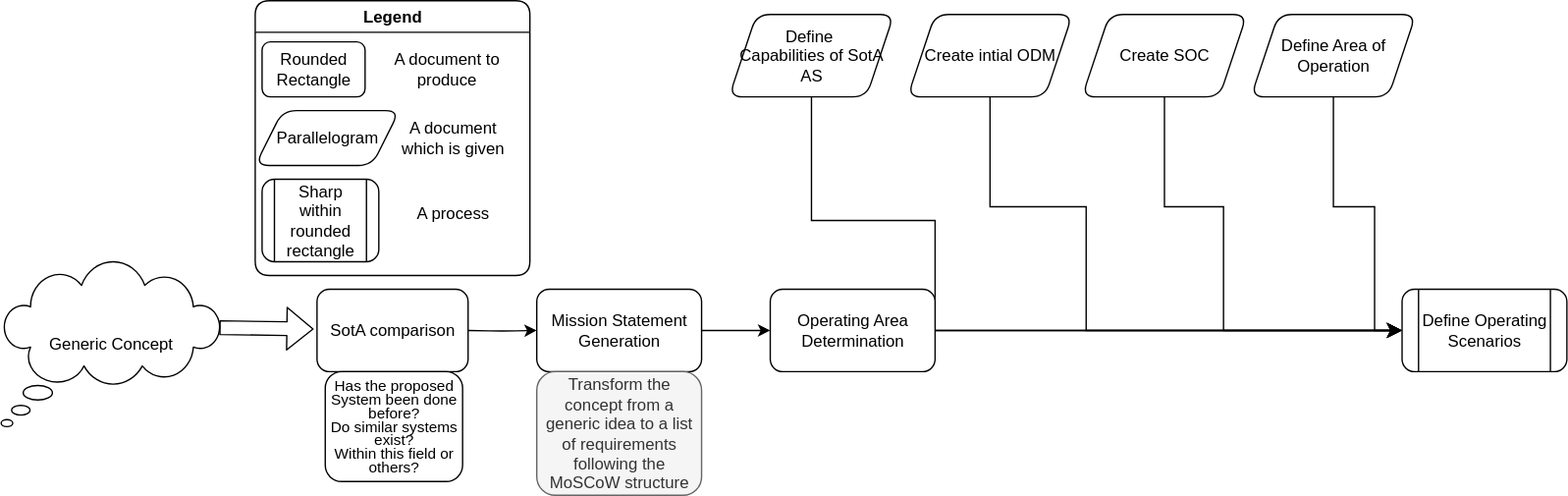
The draw.io diagram src/assets/diagrams/Step-1.svg in TortoiseFather/sacred-site, before a commit. Source tidied: cells renumbered, new cells last; positions are measured from the earlier drawing's top-left corner, leaving out a move shared by most shapes. Source of this version:
```xml
<mxGraphModel>
  <root>
    <mxCell id="0" />
    <mxCell id="1" parent="0" />
    <mxCell id="2" value="Generic Concept" style="whiteSpace=wrap;html=1;shape=mxgraph.basic.cloud_callout;rounded=1;" parent="1" vertex="1">
      <mxGeometry y="190" width="160" height="120" as="geometry" />
    </mxCell>
    <mxCell id="3" style="shape=flexArrow;endArrow=classic;html=1;rounded=1;exitX=0.993;exitY=0.4;exitDx=0;exitDy=0;exitPerimeter=0;entryX=-0.022;entryY=0.483;entryDx=0;entryDy=0;entryPerimeter=0;" parent="1" edge="1" source="2" target="10">
      <mxGeometry relative="1" as="geometry" />
    </mxCell>
    <mxCell id="4" style="edgeStyle=orthogonalEdgeStyle;rounded=1;jettySize=auto;html=1;" parent="1" edge="1" target="6">
      <mxGeometry relative="1" as="geometry">
        <mxPoint x="340" y="240" as="sourcePoint" />
      </mxGeometry>
    </mxCell>
    <mxCell id="5" style="edgeStyle=orthogonalEdgeStyle;rounded=1;jettySize=auto;html=1;" parent="1" edge="1" source="6">
      <mxGeometry relative="1" as="geometry">
        <mxPoint x="560" y="240" as="targetPoint" />
      </mxGeometry>
    </mxCell>
    <mxCell id="6" value="Mission Statement Generation" style="whiteSpace=wrap;html=1;rounded=1;" parent="1" vertex="1">
      <mxGeometry x="390" y="210" width="120" height="60" as="geometry" />
    </mxCell>
    <mxCell id="7" value="Transform the concept from a generic idea to a list of requirements following the MoSCoW structure" style="text;html=1;strokeColor=#666666;fillColor=#f5f5f5;align=center;verticalAlign=middle;whiteSpace=wrap;rounded=1;fontColor=#333333;" parent="1" vertex="1">
      <mxGeometry x="390" y="270" width="120" height="90" as="geometry" />
    </mxCell>
    <mxCell id="8" style="edgeStyle=none;curved=0;rounded=0;jettySize=auto;html=1;entryX=0;entryY=0.5;entryDx=0;entryDy=0;fontSize=12;startSize=8;endSize=8;" parent="1" edge="1" source="9" target="16">
      <mxGeometry relative="1" as="geometry">
        <Array as="points">
          <mxPoint x="590" y="160" />
          <mxPoint x="680" y="160" />
          <mxPoint x="680" y="240" />
        </Array>
      </mxGeometry>
    </mxCell>
    <mxCell id="9" value="&lt;div&gt;Define&amp;nbsp;&lt;/div&gt;&lt;div&gt;Capabilities of SotA AS&lt;/div&gt;" style="shape=parallelogram;perimeter=parallelogramPerimeter;whiteSpace=wrap;html=1;fixedSize=1;rounded=1;" parent="1" vertex="1">
      <mxGeometry x="530" y="10" width="120" height="60" as="geometry" />
    </mxCell>
    <mxCell id="10" value="SotA comparison" style="rounded=1;whiteSpace=wrap;html=1;" parent="1" vertex="1">
      <mxGeometry x="230" y="210" width="110" height="60" as="geometry" />
    </mxCell>
    <mxCell id="11" value="&lt;div style=&quot;font-size: 11px; line-height: 90%;&quot;&gt;&lt;font style=&quot;font-size: 11px;&quot;&gt;Has the proposed System been done before?&lt;/font&gt;&lt;/div&gt;&lt;div style=&quot;font-size: 11px; line-height: 90%;&quot;&gt;&lt;font style=&quot;font-size: 11px;&quot;&gt;Do similar systems exist?&lt;/font&gt;&lt;/div&gt;&lt;div style=&quot;font-size: 11px; line-height: 90%;&quot;&gt;&lt;font style=&quot;font-size: 11px;&quot;&gt;Within this field or others?&lt;br&gt;&lt;/font&gt;&lt;/div&gt;" style="rounded=1;whiteSpace=wrap;html=1;" parent="1" vertex="1">
      <mxGeometry x="236" y="270" width="100" height="80" as="geometry" />
    </mxCell>
    <mxCell id="12" style="edgeStyle=none;curved=1;rounded=1;jettySize=auto;html=1;entryX=0;entryY=0.5;entryDx=0;entryDy=0;fontSize=12;startSize=8;endSize=8;" parent="1" edge="1" source="13" target="16">
      <mxGeometry relative="1" as="geometry" />
    </mxCell>
    <mxCell id="13" value="Operating Area Determination" style="rounded=1;whiteSpace=wrap;html=1;" parent="1" vertex="1">
      <mxGeometry x="560" y="210" width="120" height="60" as="geometry" />
    </mxCell>
    <mxCell id="14" style="edgeStyle=none;curved=0;rounded=0;jettySize=auto;html=1;entryX=0;entryY=0.5;entryDx=0;entryDy=0;fontSize=12;startSize=8;endSize=8;" parent="1" edge="1" source="15" target="16">
      <mxGeometry relative="1" as="geometry">
        <Array as="points">
          <mxPoint x="970" y="150" />
          <mxPoint x="1000" y="150" />
          <mxPoint x="1000" y="240" />
        </Array>
      </mxGeometry>
    </mxCell>
    <mxCell id="15" value="Define Area of Operation" style="shape=parallelogram;perimeter=parallelogramPerimeter;whiteSpace=wrap;html=1;fixedSize=1;rounded=1;" parent="1" vertex="1">
      <mxGeometry x="910" y="10" width="120" height="60" as="geometry" />
    </mxCell>
    <mxCell id="16" value="Define Operating Scenarios" style="shape=process;whiteSpace=wrap;html=1;backgroundOutline=1;rounded=1;" parent="1" vertex="1">
      <mxGeometry x="1020" y="210" width="120" height="60" as="geometry" />
    </mxCell>
    <mxCell id="17" value="Create intial ODM" style="shape=parallelogram;perimeter=parallelogramPerimeter;whiteSpace=wrap;html=1;fixedSize=1;rounded=1;" parent="1" vertex="1">
      <mxGeometry x="660" y="10" width="120" height="60" as="geometry" />
    </mxCell>
    <mxCell id="18" style="edgeStyle=none;curved=0;rounded=0;jettySize=auto;html=1;exitX=0.5;exitY=1;exitDx=0;exitDy=0;entryX=0;entryY=0.5;entryDx=0;entryDy=0;fontSize=12;startSize=8;endSize=8;" parent="1" edge="1" source="19" target="16">
      <mxGeometry relative="1" as="geometry">
        <Array as="points">
          <mxPoint x="847" y="150" />
          <mxPoint x="890" y="150" />
          <mxPoint x="890" y="240" />
        </Array>
      </mxGeometry>
    </mxCell>
    <mxCell id="19" value="Create SOC" style="shape=parallelogram;perimeter=parallelogramPerimeter;whiteSpace=wrap;html=1;fixedSize=1;rounded=1;" parent="1" vertex="1">
      <mxGeometry x="787" y="10" width="120" height="60" as="geometry" />
    </mxCell>
    <mxCell id="20" style="endArrow=classic;html=1;rounded=0;fontSize=12;startSize=8;endSize=8;curved=0;exitX=0.5;exitY=1;exitDx=0;exitDy=0;entryX=0;entryY=0.5;entryDx=0;entryDy=0;" parent="1" edge="1" source="17" target="16">
      <mxGeometry relative="1" as="geometry">
        <Array as="points">
          <mxPoint x="720" y="150" />
          <mxPoint x="790" y="150" />
          <mxPoint x="790" y="240" />
        </Array>
      </mxGeometry>
    </mxCell>
    <mxCell id="21" value="Legend" style="swimlane;whiteSpace=wrap;html=1;rounded=1;" parent="1" vertex="1">
      <mxGeometry x="185" width="200" height="200" as="geometry" />
    </mxCell>
    <mxCell id="22" value="Rounded Rectangle" style="rounded=1;whiteSpace=wrap;html=1;" parent="21" vertex="1">
      <mxGeometry x="5" y="30" width="75" height="40" as="geometry" />
    </mxCell>
    <mxCell id="23" value="A document to produce" style="text;html=1;align=center;verticalAlign=middle;whiteSpace=wrap;rounded=0;" parent="21" vertex="1">
      <mxGeometry x="90" y="35" width="99" height="30" as="geometry" />
    </mxCell>
    <mxCell id="24" value="Parallelogram" style="shape=parallelogram;perimeter=parallelogramPerimeter;whiteSpace=wrap;html=1;fixedSize=1;rounded=1;" parent="21" vertex="1">
      <mxGeometry y="80" width="105" height="40" as="geometry" />
    </mxCell>
    <mxCell id="25" value="A document which is given" style="text;html=1;align=center;verticalAlign=middle;whiteSpace=wrap;rounded=0;" parent="21" vertex="1">
      <mxGeometry x="99" y="85" width="90" height="30" as="geometry" />
    </mxCell>
    <mxCell id="26" value="Sharp within rounded rectangle" style="shape=process;whiteSpace=wrap;html=1;backgroundOutline=1;rounded=1;" parent="21" vertex="1">
      <mxGeometry x="5" y="130" width="85" height="60" as="geometry" />
    </mxCell>
    <mxCell id="27" value="A process" style="text;html=1;align=center;verticalAlign=middle;whiteSpace=wrap;rounded=0;" parent="21" vertex="1">
      <mxGeometry x="114" y="140" width="60" height="30" as="geometry" />
    </mxCell>
  </root>
</mxGraphModel>
```
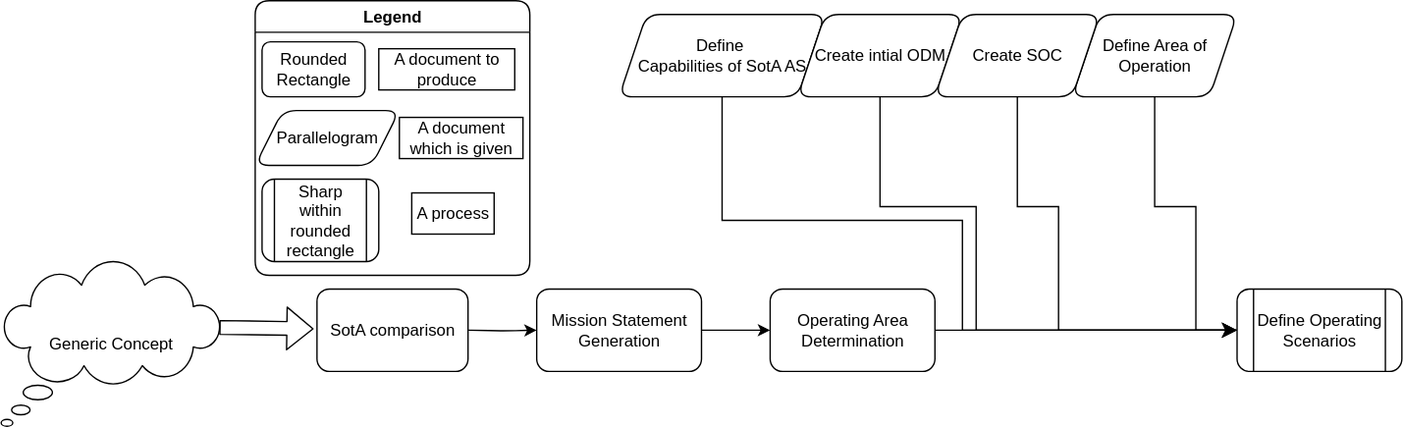
The same file after the commit.

Commit message:
step 1 theoretically

What changed in the source:
```diff
@@ -1,111 +1,107 @@
-<mxGraphModel>
+<mxGraphModel background="#ffffff">
   <root>
     <mxCell id="0" />
     <mxCell id="1" parent="0" />
-    <mxCell id="2" value="Generic Concept" style="whiteSpace=wrap;html=1;shape=mxgraph.basic.cloud_callout;rounded=1;" parent="1" vertex="1">
+    <mxCell id="2" value="Generic Concept" style="whiteSpace=wrap;html=1;shape=mxgraph.basic.cloud_callout;rounded=1;fontColor=#000000;fillColor=#FFFFFF;strokeColor=#000000;" parent="1" vertex="1">
       <mxGeometry y="190" width="160" height="120" as="geometry" />
     </mxCell>
-    <mxCell id="3" style="shape=flexArrow;endArrow=classic;html=1;rounded=1;exitX=0.993;exitY=0.4;exitDx=0;exitDy=0;exitPerimeter=0;entryX=-0.022;entryY=0.483;entryDx=0;entryDy=0;entryPerimeter=0;" parent="1" edge="1" source="2" target="10">
+    <mxCell id="3" style="shape=flexArrow;endArrow=classic;html=1;rounded=1;exitX=0.993;exitY=0.4;exitDx=0;exitDy=0;exitPerimeter=0;entryX=-0.022;entryY=0.483;entryDx=0;entryDy=0;entryPerimeter=0;strokeColor=#000000;" parent="1" edge="1" source="2" target="10">
       <mxGeometry relative="1" as="geometry" />
     </mxCell>
-    <mxCell id="4" style="edgeStyle=orthogonalEdgeStyle;rounded=1;jettySize=auto;html=1;" parent="1" edge="1" target="6">
+    <mxCell id="4" style="edgeStyle=orthogonalEdgeStyle;rounded=1;jettySize=auto;html=1;strokeColor=#000000;" parent="1" edge="1" target="6">
       <mxGeometry relative="1" as="geometry">
         <mxPoint x="340" y="240" as="sourcePoint" />
       </mxGeometry>
     </mxCell>
-    <mxCell id="5" style="edgeStyle=orthogonalEdgeStyle;rounded=1;jettySize=auto;html=1;" parent="1" edge="1" source="6">
+    <mxCell id="5" style="edgeStyle=orthogonalEdgeStyle;rounded=1;jettySize=auto;html=1;strokeColor=#000000;" parent="1" edge="1" source="6">
       <mxGeometry relative="1" as="geometry">
         <mxPoint x="560" y="240" as="targetPoint" />
       </mxGeometry>
     </mxCell>
-    <mxCell id="6" value="Mission Statement Generation" style="whiteSpace=wrap;html=1;rounded=1;" parent="1" vertex="1">
+    <mxCell id="6" value="Mission Statement Generation" style="whiteSpace=wrap;html=1;rounded=1;strokeColor=#000000;fontColor=#000000;fillColor=#FFFFFF;" parent="1" vertex="1">
       <mxGeometry x="390" y="210" width="120" height="60" as="geometry" />
     </mxCell>
-    <mxCell id="7" value="Transform the concept from a generic idea to a list of requirements following the MoSCoW structure" style="text;html=1;strokeColor=#666666;fillColor=#f5f5f5;align=center;verticalAlign=middle;whiteSpace=wrap;rounded=1;fontColor=#333333;" parent="1" vertex="1">
-      <mxGeometry x="390" y="270" width="120" height="90" as="geometry" />
-    </mxCell>
-    <mxCell id="8" style="edgeStyle=none;curved=0;rounded=0;jettySize=auto;html=1;entryX=0;entryY=0.5;entryDx=0;entryDy=0;fontSize=12;startSize=8;endSize=8;" parent="1" edge="1" source="9" target="16">
+    <mxCell id="8" style="edgeStyle=none;curved=0;rounded=0;jettySize=auto;html=1;entryX=0;entryY=0.5;entryDx=0;entryDy=0;fontSize=12;startSize=8;endSize=8;strokeColor=#000000;" parent="1" edge="1" source="9">
       <mxGeometry relative="1" as="geometry">
+        <mxPoint x="960" y="240" as="targetPoint" />
         <Array as="points">
-          <mxPoint x="590" y="160" />
-          <mxPoint x="680" y="160" />
-          <mxPoint x="680" y="240" />
+          <mxPoint x="525" y="160" />
+          <mxPoint x="700" y="160" />
+          <mxPoint x="700" y="240" />
         </Array>
       </mxGeometry>
     </mxCell>
-    <mxCell id="9" value="&lt;div&gt;Define&amp;nbsp;&lt;/div&gt;&lt;div&gt;Capabilities of SotA AS&lt;/div&gt;" style="shape=parallelogram;perimeter=parallelogramPerimeter;whiteSpace=wrap;html=1;fixedSize=1;rounded=1;" parent="1" vertex="1">
-      <mxGeometry x="530" y="10" width="120" height="60" as="geometry" />
+    <mxCell id="9" value="&lt;div&gt;Define&amp;nbsp;&lt;/div&gt;&lt;div&gt;Capabilities of SotA AS&lt;/div&gt;" style="shape=parallelogram;perimeter=parallelogramPerimeter;whiteSpace=wrap;html=1;fixedSize=1;rounded=1;strokeColor=#000000;fontColor=#000000;fillColor=#FFFFFF;" parent="1" vertex="1">
+      <mxGeometry x="450" y="10" width="150" height="60" as="geometry" />
     </mxCell>
-    <mxCell id="10" value="SotA comparison" style="rounded=1;whiteSpace=wrap;html=1;" parent="1" vertex="1">
+    <mxCell id="10" value="SotA comparison" style="rounded=1;whiteSpace=wrap;html=1;strokeColor=#000000;fontColor=#000000;fillColor=#FFFFFF;" parent="1" vertex="1">
       <mxGeometry x="230" y="210" width="110" height="60" as="geometry" />
     </mxCell>
-    <mxCell id="11" value="&lt;div style=&quot;font-size: 11px; line-height: 90%;&quot;&gt;&lt;font style=&quot;font-size: 11px;&quot;&gt;Has the proposed System been done before?&lt;/font&gt;&lt;/div&gt;&lt;div style=&quot;font-size: 11px; line-height: 90%;&quot;&gt;&lt;font style=&quot;font-size: 11px;&quot;&gt;Do similar systems exist?&lt;/font&gt;&lt;/div&gt;&lt;div style=&quot;font-size: 11px; line-height: 90%;&quot;&gt;&lt;font style=&quot;font-size: 11px;&quot;&gt;Within this field or others?&lt;br&gt;&lt;/font&gt;&lt;/div&gt;" style="rounded=1;whiteSpace=wrap;html=1;" parent="1" vertex="1">
-      <mxGeometry x="236" y="270" width="100" height="80" as="geometry" />
-    </mxCell>
-    <mxCell id="12" style="edgeStyle=none;curved=1;rounded=1;jettySize=auto;html=1;entryX=0;entryY=0.5;entryDx=0;entryDy=0;fontSize=12;startSize=8;endSize=8;" parent="1" edge="1" source="13" target="16">
+    <mxCell id="12" style="edgeStyle=none;curved=1;rounded=1;jettySize=auto;html=1;entryX=0;entryY=0.5;entryDx=0;entryDy=0;fontSize=12;startSize=8;endSize=8;strokeColor=#000000;" parent="1" edge="1" source="13" target="16">
       <mxGeometry relative="1" as="geometry" />
     </mxCell>
-    <mxCell id="13" value="Operating Area Determination" style="rounded=1;whiteSpace=wrap;html=1;" parent="1" vertex="1">
+    <mxCell id="13" value="Operating Area Determination" style="rounded=1;whiteSpace=wrap;html=1;strokeColor=#000000;fontColor=#000000;fillColor=#FFFFFF;" parent="1" vertex="1">
       <mxGeometry x="560" y="210" width="120" height="60" as="geometry" />
     </mxCell>
-    <mxCell id="14" style="edgeStyle=none;curved=0;rounded=0;jettySize=auto;html=1;entryX=0;entryY=0.5;entryDx=0;entryDy=0;fontSize=12;startSize=8;endSize=8;" parent="1" edge="1" source="15" target="16">
+    <mxCell id="14" style="edgeStyle=none;curved=0;rounded=0;jettySize=auto;html=1;entryX=0;entryY=0.5;entryDx=0;entryDy=0;fontSize=12;startSize=8;endSize=8;strokeColor=#000000;" parent="1" edge="1" source="15">
       <mxGeometry relative="1" as="geometry">
+        <mxPoint x="930" y="240" as="targetPoint" />
         <Array as="points">
-          <mxPoint x="970" y="150" />
-          <mxPoint x="1000" y="150" />
-          <mxPoint x="1000" y="240" />
+          <mxPoint x="840" y="150" />
+          <mxPoint x="870" y="150" />
+          <mxPoint x="870" y="240" />
         </Array>
       </mxGeometry>
     </mxCell>
-    <mxCell id="15" value="Define Area of Operation" style="shape=parallelogram;perimeter=parallelogramPerimeter;whiteSpace=wrap;html=1;fixedSize=1;rounded=1;" parent="1" vertex="1">
-      <mxGeometry x="910" y="10" width="120" height="60" as="geometry" />
+    <mxCell id="15" value="Define Area of Operation" style="shape=parallelogram;perimeter=parallelogramPerimeter;whiteSpace=wrap;html=1;fixedSize=1;rounded=1;strokeColor=#000000;fontColor=#000000;fillColor=#FFFFFF;" parent="1" vertex="1">
+      <mxGeometry x="780" y="10" width="120" height="60" as="geometry" />
     </mxCell>
-    <mxCell id="16" value="Define Operating Scenarios" style="shape=process;whiteSpace=wrap;html=1;backgroundOutline=1;rounded=1;" parent="1" vertex="1">
-      <mxGeometry x="1020" y="210" width="120" height="60" as="geometry" />
+    <mxCell id="16" value="Define Operating Scenarios" style="shape=process;whiteSpace=wrap;html=1;backgroundOutline=1;rounded=1;strokeColor=#000000;fontColor=#000000;fillColor=#FFFFFF;" parent="1" vertex="1">
+      <mxGeometry x="900" y="210" width="120" height="60" as="geometry" />
     </mxCell>
-    <mxCell id="17" value="Create intial ODM" style="shape=parallelogram;perimeter=parallelogramPerimeter;whiteSpace=wrap;html=1;fixedSize=1;rounded=1;" parent="1" vertex="1">
-      <mxGeometry x="660" y="10" width="120" height="60" as="geometry" />
+    <mxCell id="17" value="Create intial ODM" style="shape=parallelogram;perimeter=parallelogramPerimeter;whiteSpace=wrap;html=1;fixedSize=1;rounded=1;strokeColor=#000000;fontColor=#000000;fillColor=#FFFFFF;" parent="1" vertex="1">
+      <mxGeometry x="580" y="10" width="120" height="60" as="geometry" />
     </mxCell>
-    <mxCell id="18" style="edgeStyle=none;curved=0;rounded=0;jettySize=auto;html=1;exitX=0.5;exitY=1;exitDx=0;exitDy=0;entryX=0;entryY=0.5;entryDx=0;entryDy=0;fontSize=12;startSize=8;endSize=8;" parent="1" edge="1" source="19" target="16">
+    <mxCell id="18" style="edgeStyle=none;curved=0;rounded=0;jettySize=auto;html=1;exitX=0.5;exitY=1;exitDx=0;exitDy=0;entryX=0;entryY=0.5;entryDx=0;entryDy=0;fontSize=12;startSize=8;endSize=8;strokeColor=#000000;" parent="1" edge="1" source="19" target="16">
       <mxGeometry relative="1" as="geometry">
         <Array as="points">
-          <mxPoint x="847" y="150" />
-          <mxPoint x="890" y="150" />
-          <mxPoint x="890" y="240" />
+          <mxPoint x="740" y="150" />
+          <mxPoint x="770" y="150" />
+          <mxPoint x="770" y="240" />
         </Array>
       </mxGeometry>
     </mxCell>
-    <mxCell id="19" value="Create SOC" style="shape=parallelogram;perimeter=parallelogramPerimeter;whiteSpace=wrap;html=1;fixedSize=1;rounded=1;" parent="1" vertex="1">
-      <mxGeometry x="787" y="10" width="120" height="60" as="geometry" />
+    <mxCell id="19" value="Create SOC" style="shape=parallelogram;perimeter=parallelogramPerimeter;whiteSpace=wrap;html=1;fixedSize=1;rounded=1;strokeColor=#000000;fontColor=#000000;fillColor=#FFFFFF;" parent="1" vertex="1">
+      <mxGeometry x="680" y="10" width="120" height="60" as="geometry" />
     </mxCell>
-    <mxCell id="20" style="endArrow=classic;html=1;rounded=0;fontSize=12;startSize=8;endSize=8;curved=0;exitX=0.5;exitY=1;exitDx=0;exitDy=0;entryX=0;entryY=0.5;entryDx=0;entryDy=0;" parent="1" edge="1" source="17" target="16">
+    <mxCell id="20" style="endArrow=classic;html=1;rounded=0;fontSize=12;startSize=8;endSize=8;curved=0;exitX=0.5;exitY=1;exitDx=0;exitDy=0;entryX=0;entryY=0.5;entryDx=0;entryDy=0;strokeColor=#000000;" parent="1" edge="1" source="17" target="16">
       <mxGeometry relative="1" as="geometry">
         <Array as="points">
-          <mxPoint x="720" y="150" />
-          <mxPoint x="790" y="150" />
-          <mxPoint x="790" y="240" />
+          <mxPoint x="640" y="150" />
+          <mxPoint x="710" y="150" />
+          <mxPoint x="710" y="240" />
         </Array>
       </mxGeometry>
     </mxCell>
-    <mxCell id="21" value="Legend" style="swimlane;whiteSpace=wrap;html=1;rounded=1;" parent="1" vertex="1">
+    <mxCell id="21" value="Legend" style="swimlane;whiteSpace=wrap;html=1;rounded=1;strokeColor=#000000;" parent="1" vertex="1">
       <mxGeometry x="185" width="200" height="200" as="geometry" />
     </mxCell>
-    <mxCell id="22" value="Rounded Rectangle" style="rounded=1;whiteSpace=wrap;html=1;" parent="21" vertex="1">
+    <mxCell id="22" value="Rounded Rectangle" style="rounded=1;whiteSpace=wrap;html=1;strokeColor=#000000;fontColor=#000000;fillColor=#FFFFFF;" parent="21" vertex="1">
       <mxGeometry x="5" y="30" width="75" height="40" as="geometry" />
     </mxCell>
-    <mxCell id="23" value="A document to produce" style="text;html=1;align=center;verticalAlign=middle;whiteSpace=wrap;rounded=0;" parent="21" vertex="1">
+    <mxCell id="23" value="A document to produce" style="text;html=1;align=center;verticalAlign=middle;whiteSpace=wrap;rounded=0;strokeColor=#000000;fillColor=#FFFFFF;fontColor=#000000;" parent="21" vertex="1">
       <mxGeometry x="90" y="35" width="99" height="30" as="geometry" />
     </mxCell>
-    <mxCell id="24" value="Parallelogram" style="shape=parallelogram;perimeter=parallelogramPerimeter;whiteSpace=wrap;html=1;fixedSize=1;rounded=1;" parent="21" vertex="1">
+    <mxCell id="24" value="Parallelogram" style="shape=parallelogram;perimeter=parallelogramPerimeter;whiteSpace=wrap;html=1;fixedSize=1;rounded=1;strokeColor=#000000;fontColor=#000000;fillColor=#FFFFFF;" parent="21" vertex="1">
       <mxGeometry y="80" width="105" height="40" as="geometry" />
     </mxCell>
-    <mxCell id="25" value="A document which is given" style="text;html=1;align=center;verticalAlign=middle;whiteSpace=wrap;rounded=0;" parent="21" vertex="1">
-      <mxGeometry x="99" y="85" width="90" height="30" as="geometry" />
+    <mxCell id="25" value="A document which is given" style="text;html=1;align=center;verticalAlign=middle;whiteSpace=wrap;rounded=0;strokeColor=#000000;fillColor=#FFFFFF;fontColor=#000000;" parent="21" vertex="1">
+      <mxGeometry x="105" y="85" width="90" height="30" as="geometry" />
     </mxCell>
-    <mxCell id="26" value="Sharp within rounded rectangle" style="shape=process;whiteSpace=wrap;html=1;backgroundOutline=1;rounded=1;" parent="21" vertex="1">
+    <mxCell id="26" value="Sharp within rounded rectangle" style="shape=process;whiteSpace=wrap;html=1;backgroundOutline=1;rounded=1;strokeColor=#000000;fontColor=#000000;fillColor=#FFFFFF;" parent="21" vertex="1">
       <mxGeometry x="5" y="130" width="85" height="60" as="geometry" />
     </mxCell>
-    <mxCell id="27" value="A process" style="text;html=1;align=center;verticalAlign=middle;whiteSpace=wrap;rounded=0;" parent="21" vertex="1">
+    <mxCell id="27" value="A process" style="text;html=1;align=center;verticalAlign=middle;whiteSpace=wrap;rounded=0;strokeColor=#000000;fillColor=#FFFFFF;fontColor=#000000;" parent="21" vertex="1">
       <mxGeometry x="114" y="140" width="60" height="30" as="geometry" />
     </mxCell>
   </root>
```
